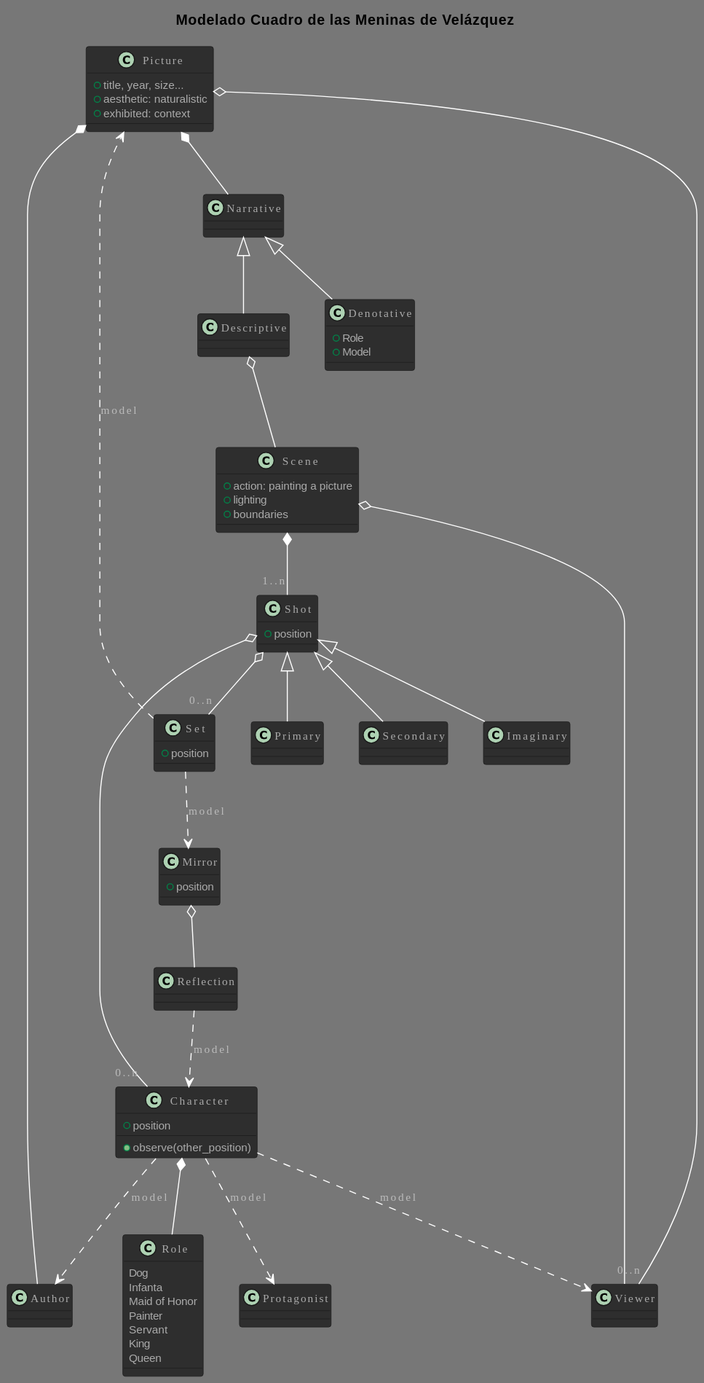
This is PracticasMaster/01_Modelado_O/diagrams/meninas/MeninasDomain.svg from Joselon/joselon.github.io, a PlantUML export, as it was before one commit.
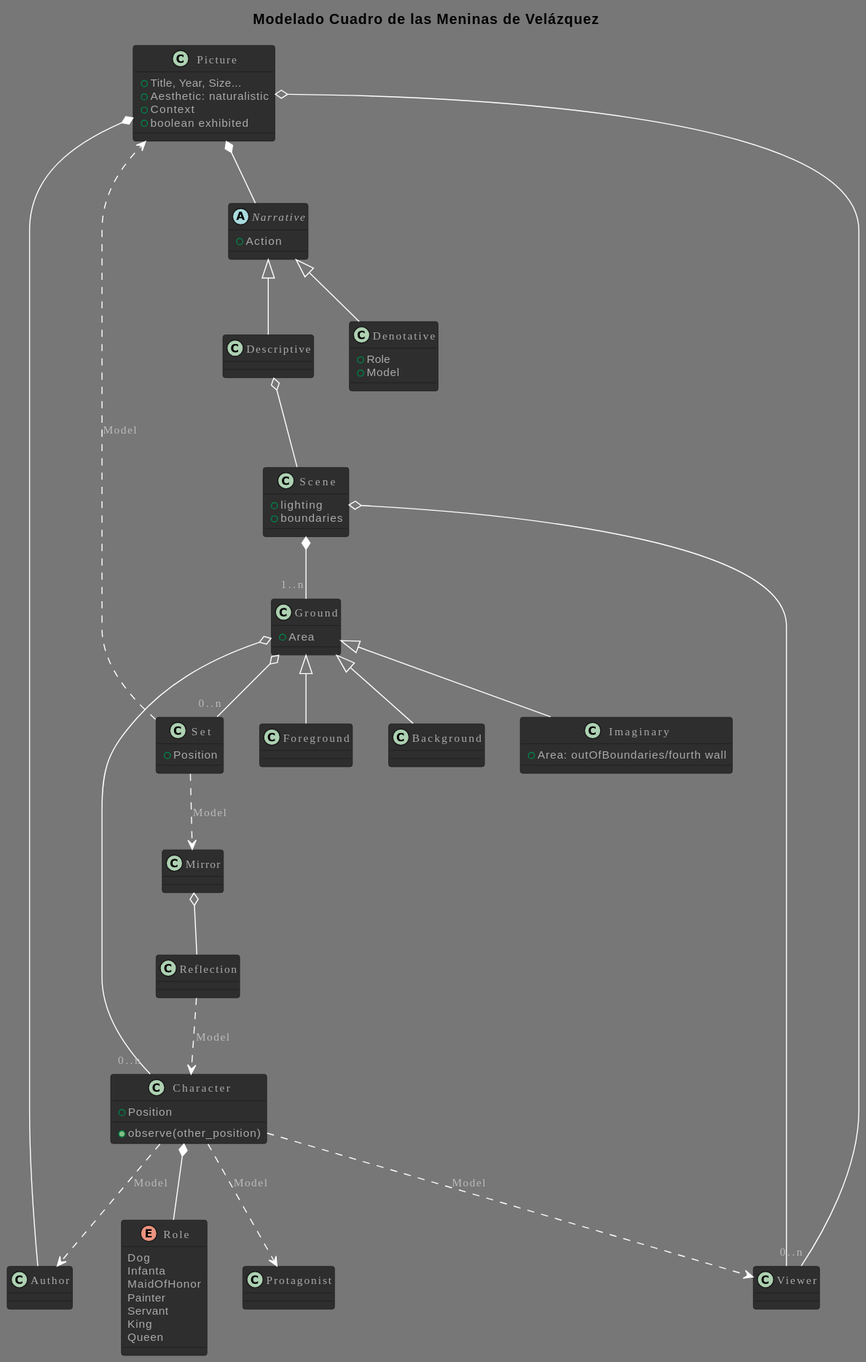
After the commit.

Commit message:
Fix translation. DiagramObjects0.1

What changed in the source:
```diff
@@ -3,15 +3,17 @@
 title Modelado Cuadro de las Meninas de Velázquez
 
 class Picture {
-    + title, year, size...
-    + aesthetic: naturalistic
-    + exhibited: context
+    + Title, Year, Size...
+    + Aesthetic: naturalistic
+    + Context
+    + boolean exhibited
 }
 Picture *-- Author
 Picture o--"0..n" Viewer
 Picture *-- Narrative
 
-class Narrative {
+abstract class Narrative {
+    + Action
 }
 Narrative <|-- Denotative
 Narrative <|-- Descriptive
@@ -21,10 +23,10 @@
     + Model
 }
 
-class Role {
+enum Role {
     Dog
     Infanta
-    Maid of Honor
+    MaidOfHonor
     Painter
     Servant
     King
@@ -36,43 +38,48 @@
 Descriptive o-- Scene
 
 class Scene {
-    + action: painting a picture
     + lighting
     + boundaries
 }
-Scene *--"1..n" Shot
+Scene *--"1..n" Ground
 Scene o-- Viewer
 
-class Shot {
-    + position
+class Ground {
+    + Area
 }
-Shot <|-- Primary
-Shot <|-- Secondary
-Shot <|-- Imaginary
-Shot o--"0..n" Character
-Shot o--"0..n" Set
+Ground <|-- Foreground
+Ground <|-- Background
+Ground <|-- Imaginary
+
+class Imaginary {
+    + Area: outOfBoundaries/fourth wall
+}
+
+Ground o--"0..n" Character
+Ground o--"0..n" Set
+
+
 class Set {
-   + position
+   + Position
 }
-Set ..> Picture :model
-Set ..> Mirror :model
+Set ..> Picture :Model
+Set ..> Mirror :Model
 
 class Mirror {
-    + position
 }
 Mirror o-- Reflection
 
 class Reflection {
 }
-Reflection ..> Character :model
+Reflection ..> Character :Model
 
 class Character {
-    + position
+    + Position
     + observe(other_position)
 }
-Character ..> Author :model
-Character ..> Viewer :model
-Character ..> Protagonist :model
+Character ..> Author :Model
+Character ..> Viewer :Model
+Character ..> Protagonist :Model
 Character *-- Role
 
 class Viewer {
@@ -361,15 +368,17 @@
 title Modelado Cuadro de las Meninas de Velázquez
 
 class Picture {
-    + title, year, size...
-    + aesthetic: naturalistic
-    + exhibited: context
+    + Title, Year, Size...
+    + Aesthetic: naturalistic
+    + Context
+    + boolean exhibited
 }
 Picture *-- Author
 Picture o--"0..n" Viewer
 Picture *-- Narrative
 
-class Narrative {
+abstract class Narrative {
+    + Action
 }
 Narrative <|-- Denotative
 Narrative <|-- Descriptive
@@ -379,10 +388,10 @@
     + Model
 }
 
-class Role {
+enum Role {
     Dog
     Infanta
-    Maid of Honor
+    MaidOfHonor
     Painter
     Servant
     King
@@ -394,43 +403,48 @@
 Descriptive o-- Scene
 
 class Scene {
-    + action: painting a picture
     + lighting
     + boundaries
 }
-Scene *--"1..n" Shot
+Scene *--"1..n" Ground
 Scene o-- Viewer
 
-class Shot {
-    + position
+class Ground {
+    + Area
 }
-Shot <|-- Primary
-Shot <|-- Secondary
-Shot <|-- Imaginary
-Shot o--"0..n" Character
-Shot o--"0..n" Set
+Ground <|-- Foreground
+Ground <|-- Background
+Ground <|-- Imaginary
+
+class Imaginary {
+    + Area: outOfBoundaries/fourth wall
+}
+
+Ground o--"0..n" Character
+Ground o--"0..n" Set
+
+
 class Set {
-   + position
+   + Position
 }
-Set ..> Picture :model
-Set ..> Mirror :model
+Set ..> Picture :Model
+Set ..> Mirror :Model
 
 class Mirror {
-    + position
 }
 Mirror o-- Reflection
 
 class Reflection {
 }
-Reflection ..> Character :model
+Reflection ..> Character :Model
 
 class Character {
-    + position
+    + Position
     + observe(other_position)
 }
-Character ..> Author :model
-Character ..> Viewer :model
-Character ..> Protagonist :model
+Character ..> Author :Model
+Character ..> Viewer :Model
+Character ..> Protagonist :Model
 Character *-- Role
 
 class Viewer {
@@ -440,9 +454,9 @@
 
 PlantUML version 1.2024.3(Thu Feb 15 19:40:05 WET 2024)
 (GPLv2 source distribution)
-Java Runtime: OpenJDK Runtime Environment
-JVM: OpenJDK 64-Bit Server VM
-Default Encoding: Cp1252
+Java Runtime: Java(TM) SE Runtime Environment
+JVM: Java HotSpot(TM) 64-Bit Server VM
+Default Encoding: UTF-8
 Language: es
 Country: ES
 @enduml
```
